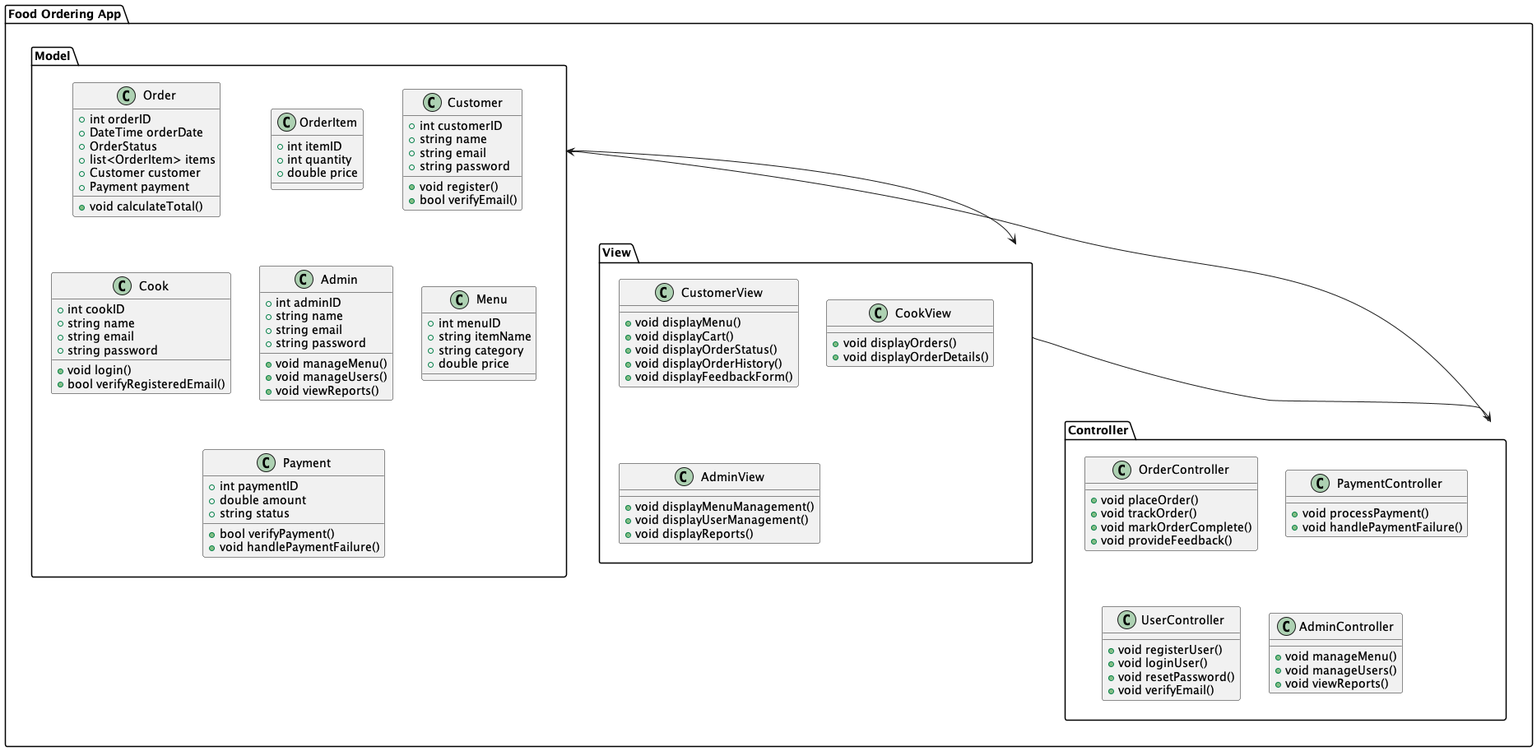
The PlantUML diagram out/DOCS/classDia/classDia.png in jayd719/DjangoFoodOrderingApp, before a commit.
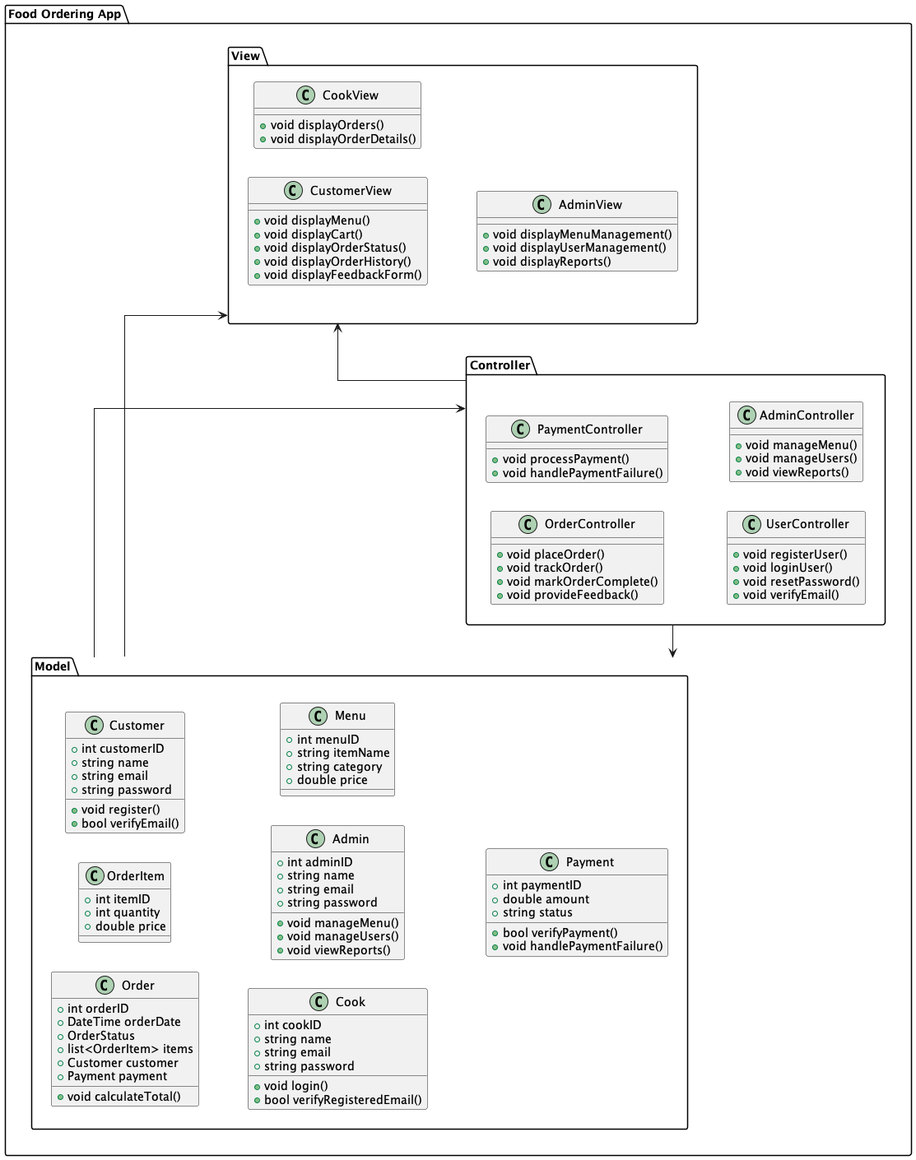
Later version of the same file.

Change to the diagram source:
```diff
@@ -1,5 +1,7 @@
 @startuml classDia
+left to right direction
 
+skinparam linetype ortho
 package "Food Ordering App" {
     package "Model" {
         class Order {
@@ -100,7 +102,8 @@
     }
 
     Model --> View
-    View --> Controller
-    Controller --> Model
+    View <-- Controller
+    Controller -r-> Model
+    Model-->Controller
 }
 @enduml
```
